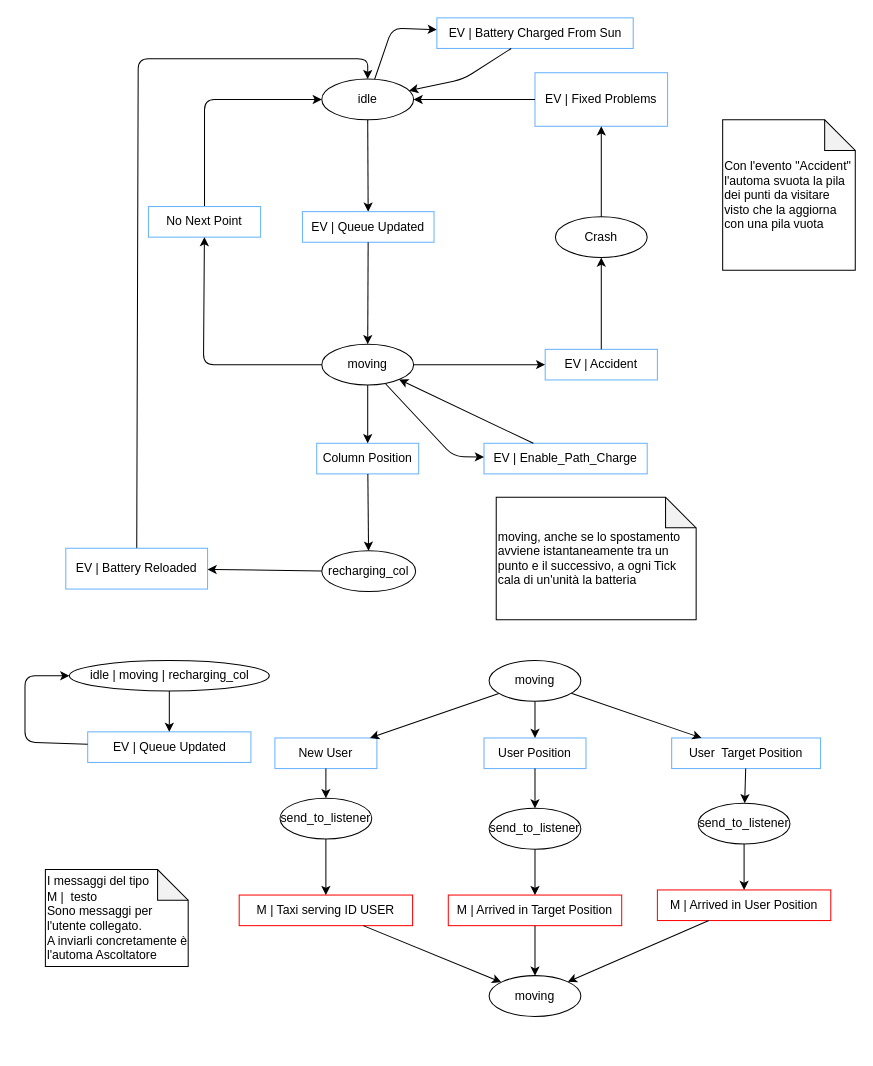
The draw.io diagram relazione/automa_macchina_moving.drawio in kraots94/Sistemi, before the edit. Source tidied: cells renumbered, new cells numbered last; positions are measured from the earlier drawing's top-left corner, leaving out a move shared by most shapes. Both pictures are drawn from the tidied source at 102%, with x=0, y=0 at pixel (24, 17).
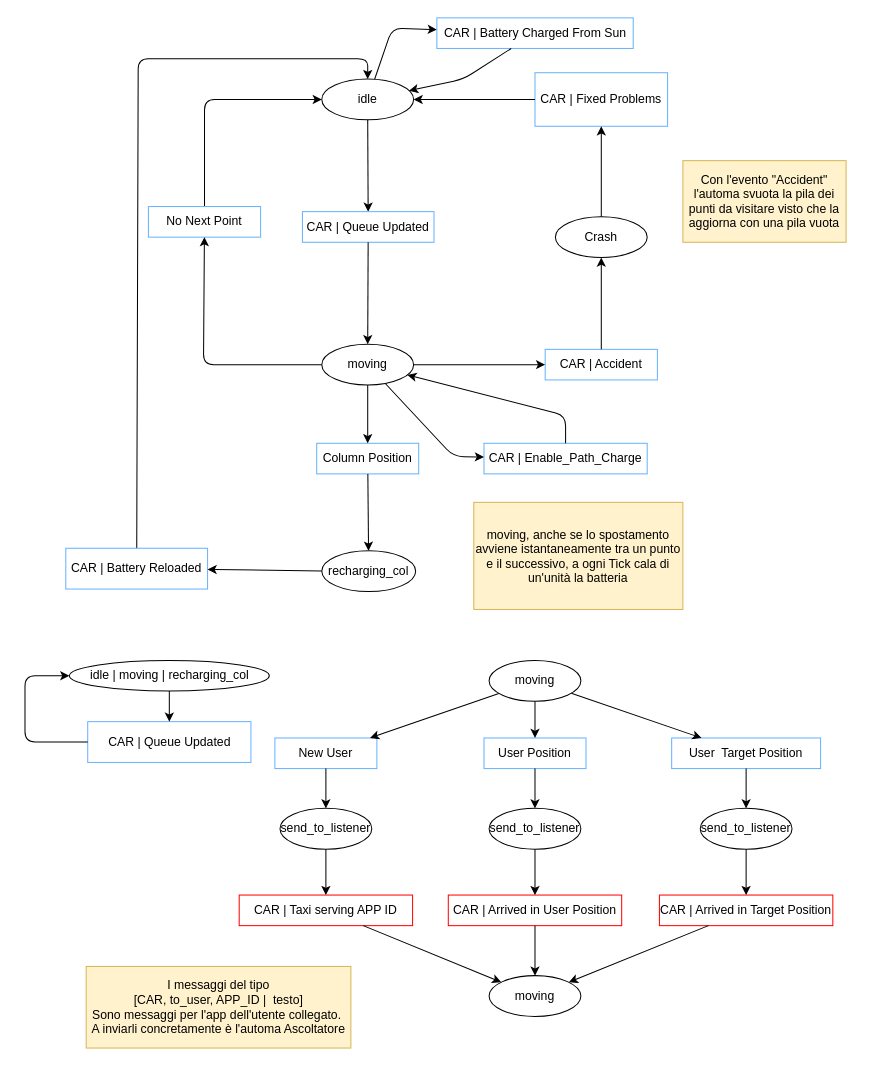
The same diagram, later.

The change refers to these unchanged cells:
```xml
<mxCell id="3" value="moving" style="ellipse;whiteSpace=wrap;html=1;" parent="1" vertex="1">
  <mxGeometry x="291" y="320" width="90" height="40" as="geometry" />
</mxCell>
<mxCell id="47" value="send_to_listener" style="ellipse;whiteSpace=wrap;html=1;" parent="1" vertex="1">
  <mxGeometry x="455" y="775" width="90" height="40" as="geometry" />
</mxCell>
```

Diff of the diagram source:
```diff
@@
-    <mxCell id="5" value="EV | Queue Updated" style="rounded=0;whiteSpace=wrap;html=1;strokeColor=#66B2FF;fillColor=none;" parent="1" vertex="1">
+    <mxCell id="5" value="CAR | Queue Updated" style="rounded=0;whiteSpace=wrap;html=1;strokeColor=#66B2FF;fillColor=none;" parent="1" vertex="1">
       <mxGeometry x="272" y="190" width="129" height="30" as="geometry" />
     </mxCell>
@@
-    <mxCell id="15" value="EV | Battery Reloaded" style="rounded=0;whiteSpace=wrap;html=1;strokeColor=#66B2FF;fillColor=none;" parent="1" vertex="1">
+    <mxCell id="15" value="CAR | Battery Reloaded" style="rounded=0;whiteSpace=wrap;html=1;strokeColor=#66B2FF;fillColor=none;" parent="1" vertex="1">
       <mxGeometry x="40" y="520" width="139" height="40" as="geometry" />
     </mxCell>
@@
-    <mxCell id="17" value="M | Arrived in User Position" style="rounded=0;whiteSpace=wrap;html=1;fillColor=none;strokeColor=#FF0000;" parent="1" vertex="1">
-      <mxGeometry x="620" y="855" width="170" height="30" as="geometry" />
+    <mxCell id="17" value="CAR | Arrived in User Position" style="rounded=0;whiteSpace=wrap;html=1;fillColor=none;strokeColor=#FF0000;" parent="1" vertex="1">
+      <mxGeometry x="415" y="860" width="170" height="30" as="geometry" />
     </mxCell>
-    <mxCell id="18" value="M | Arrived in Target Position" style="rounded=0;whiteSpace=wrap;html=1;fillColor=none;strokeColor=#FF0000;" parent="1" vertex="1">
-      <mxGeometry x="415" y="860" width="170" height="30" as="geometry" />
+    <mxCell id="18" value="CAR | Arrived in Target Position" style="rounded=0;whiteSpace=wrap;html=1;fillColor=none;strokeColor=#FF0000;" parent="1" vertex="1">
+      <mxGeometry x="622" y="860" width="170" height="30" as="geometry" />
     </mxCell>
@@
-    <mxCell id="20" value="EV | Accident" style="rounded=0;whiteSpace=wrap;html=1;strokeColor=#66B2FF;fillColor=none;" parent="1" vertex="1">
+    <mxCell id="20" value="CAR | Accident" style="rounded=0;whiteSpace=wrap;html=1;strokeColor=#66B2FF;fillColor=none;" parent="1" vertex="1">
       <mxGeometry x="510" y="325" width="110" height="30" as="geometry" />
     </mxCell>
@@
-    <mxCell id="23" value="Con l'evento &quot;Accident&quot; l'automa svuota la pila dei punti da visitare visto che la aggiorna con una pila vuota" style="shape=note;whiteSpace=wrap;html=1;backgroundOutline=1;darkOpacity=0.05;align=left;" parent="1" vertex="1">
-      <mxGeometry x="684" y="100" width="130" height="147.5" as="geometry" />
-    </mxCell>
-    <mxCell id="24" value="EV | Enable_Path_Charge" style="rounded=0;whiteSpace=wrap;html=1;strokeColor=#66B2FF;fillColor=none;" parent="1" vertex="1">
+    <mxCell id="24" value="CAR | Enable_Path_Charge" style="rounded=0;whiteSpace=wrap;html=1;strokeColor=#66B2FF;fillColor=none;" parent="1" vertex="1">
       <mxGeometry x="450" y="417.1" width="160" height="30" as="geometry" />
     </mxCell>
-    <mxCell id="25" value="EV | Battery Charged From Sun" style="rounded=0;whiteSpace=wrap;html=1;strokeColor=#66B2FF;fillColor=none;" parent="1" vertex="1">
+    <mxCell id="25" value="CAR | Battery Charged From Sun" style="rounded=0;whiteSpace=wrap;html=1;strokeColor=#66B2FF;fillColor=none;" parent="1" vertex="1">
       <mxGeometry x="403.8" width="192.5" height="30" as="geometry" />
     </mxCell>
@@
-    <mxCell id="29" value="EV | Fixed Problems" style="rounded=0;whiteSpace=wrap;html=1;strokeColor=#66B2FF;fillColor=none;" parent="1" vertex="1">
+    <mxCell id="29" value="CAR | Fixed Problems" style="rounded=0;whiteSpace=wrap;html=1;strokeColor=#66B2FF;fillColor=none;" parent="1" vertex="1">
       <mxGeometry x="500" y="53.8" width="130" height="52.5" as="geometry" />
     </mxCell>
@@
-    <mxCell id="32" value="moving, anche se lo spostamento avviene istantaneamente tra un punto e il successivo, a ogni Tick cala di un'unità la batteria" style="shape=note;whiteSpace=wrap;html=1;backgroundOutline=1;darkOpacity=0.05;align=left;" parent="1" vertex="1">
-      <mxGeometry x="462" y="470" width="196" height="120" as="geometry" />
-    </mxCell>
-    <mxCell id="33" value="EV | Queue Updated" style="rounded=0;whiteSpace=wrap;html=1;strokeColor=#66B2FF;fillColor=none;" parent="1" vertex="1">
-      <mxGeometry x="61.5" y="700" width="160" height="30" as="geometry" />
+    <mxCell id="33" value="CAR | Queue Updated" style="rounded=0;whiteSpace=wrap;html=1;strokeColor=#66B2FF;fillColor=none;" parent="1" vertex="1">
+      <mxGeometry x="61.5" y="690" width="160" height="40" as="geometry" />
     </mxCell>
@@
-    <mxCell id="38" value="I messaggi del tipo&lt;br&gt;M |&amp;nbsp; testo&lt;br&gt;Sono messaggi per l'utente collegato. &lt;br&gt;A inviarli concretamente è l'automa Ascoltatore" style="shape=note;whiteSpace=wrap;html=1;backgroundOutline=1;darkOpacity=0.05;align=left;" parent="1" vertex="1">
-      <mxGeometry x="20" y="835" width="140" height="95" as="geometry" />
-    </mxCell>
@@
-    <mxCell id="40" value="&lt;span style=&quot;text-align: left ; white-space: nowrap&quot;&gt;M | Taxi serving ID USER&lt;/span&gt;" style="rounded=0;whiteSpace=wrap;html=1;fillColor=none;strokeColor=#FF0000;" parent="1" vertex="1">
+    <mxCell id="40" value="&lt;span style=&quot;text-align: left ; white-space: nowrap&quot;&gt;CAR | Taxi serving APP ID&lt;/span&gt;" style="rounded=0;whiteSpace=wrap;html=1;fillColor=none;strokeColor=#FF0000;" parent="1" vertex="1">
       <mxGeometry x="210" y="860" width="170" height="30" as="geometry" />
     </mxCell>
     <mxCell id="41" value="send_to_listener" style="ellipse;whiteSpace=wrap;html=1;" parent="1" vertex="1">
-      <mxGeometry x="250" y="765" width="90" height="40" as="geometry" />
+      <mxGeometry x="250" y="775" width="90" height="40" as="geometry" />
     </mxCell>
@@
     <mxCell id="48" value="send_to_listener" style="ellipse;whiteSpace=wrap;html=1;" parent="1" vertex="1">
-      <mxGeometry x="660" y="770" width="90" height="40" as="geometry" />
+      <mxGeometry x="662" y="775" width="90" height="40" as="geometry" />
     </mxCell>
@@
-    <mxCell id="52" style="endArrow=classic;html=1;" parent="1" edge="1" source="47" target="18">
+    <mxCell id="52" style="endArrow=classic;html=1;" parent="1" edge="1" source="47" target="17">
       <mxGeometry relative="1" as="geometry" />
     </mxCell>
-    <mxCell id="53" style="endArrow=classic;html=1;" parent="1" edge="1" source="48" target="17">
+    <mxCell id="53" style="endArrow=classic;html=1;" parent="1" edge="1" source="48" target="18">
       <mxGeometry relative="1" as="geometry" />
     </mxCell>
@@
     <mxCell id="59" style="endArrow=classic;html=1;" parent="1" edge="1" source="24" target="3">
-      <mxGeometry relative="1" as="geometry" />
+      <mxGeometry relative="1" as="geometry">
+        <Array as="points">
+          <mxPoint x="530" y="390" />
+        </Array>
+      </mxGeometry>
     </mxCell>
+    <mxCell id="60" value="&lt;span style=&quot;text-align: left ; white-space: normal&quot;&gt;I messaggi del tipo&lt;/span&gt;&lt;br style=&quot;text-align: left ; white-space: normal&quot;&gt;&lt;span style=&quot;text-align: left ; white-space: normal&quot;&gt;[CAR, to_user, APP_ID |&amp;nbsp; testo]&lt;/span&gt;&lt;br style=&quot;text-align: left ; white-space: normal&quot;&gt;&lt;span style=&quot;text-align: left ; white-space: normal&quot;&gt;Sono messaggi per l'app dell'utente collegato.&amp;nbsp;&lt;/span&gt;&lt;br style=&quot;text-align: left ; white-space: normal&quot;&gt;&lt;span style=&quot;text-align: left ; white-space: normal&quot;&gt;A inviarli concretamente è l'automa Ascoltatore&lt;/span&gt;" style="rounded=0;whiteSpace=wrap;html=1;fillColor=#fff2cc;strokeColor=#d6b656;" parent="1" vertex="1">
+      <mxGeometry x="60" y="930" width="259.5" height="80" as="geometry" />
+    </mxCell>
+    <mxCell id="32" value="&lt;span style=&quot;text-align: left ; white-space: normal&quot;&gt;moving, anche se lo spostamento avviene istantaneamente tra un punto e il successivo, a ogni Tick cala di un'unità la batteria&lt;/span&gt;" style="rounded=0;whiteSpace=wrap;html=1;fillColor=#fff2cc;strokeColor=#d6b656;" parent="1" vertex="1">
+      <mxGeometry x="440" y="475" width="205" height="105" as="geometry" />
+    </mxCell>
+    <mxCell id="23" value="&lt;span style=&quot;text-align: left ; white-space: normal&quot;&gt;Con l'evento &quot;Accident&quot; l'automa svuota la pila dei punti da visitare visto che la aggiorna con una pila vuota&lt;/span&gt;" style="rounded=0;whiteSpace=wrap;html=1;fillColor=#fff2cc;strokeColor=#d6b656;" parent="1" vertex="1">
+      <mxGeometry x="645" y="140" width="160" height="80" as="geometry" />
+    </mxCell>
```
